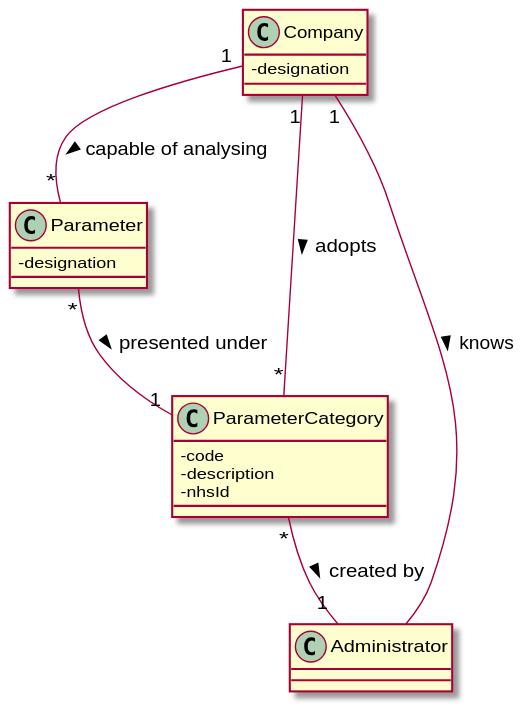
The PlantUML diagram docs/SprintB/US11/US11-MD.svg in 0franciscor/lei-21-s2-1de-g19, before a commit.
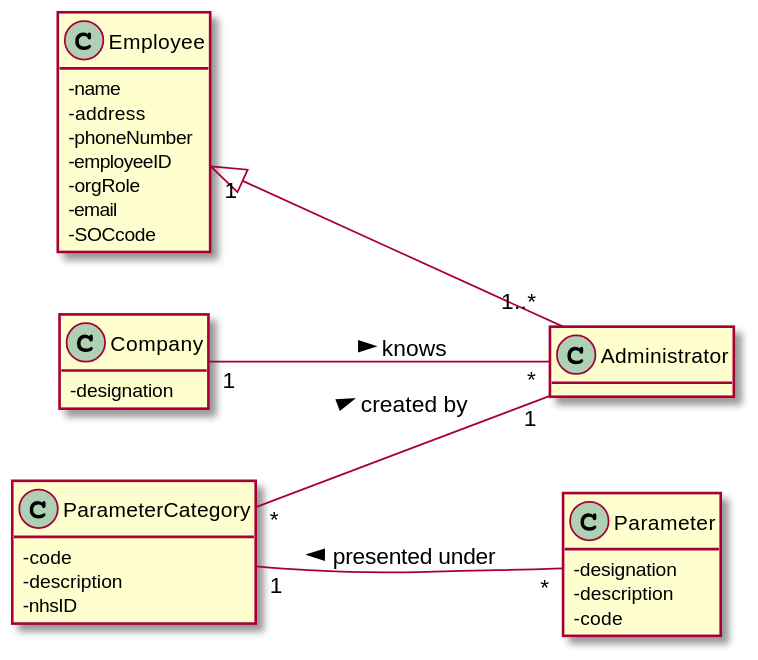
The same diagram one commit later.

What changed in the source:
```diff
@@ -1,21 +1,36 @@
 @startuml
 skinparam classAttributeIconSize 0
+left to right direction
+hide methods
+
 class Company {
 -designation
 }
-class Parameter  {
+class Parameter{
 -designation
+-description
+-code
 }
 class ParameterCategory {
 -code
 -description
--nhsId
+-nhsID
 }
+
 class Administrator
 
-Company "1" -- "*" Parameter : > capable of analysing
-Parameter "*" --"1" ParameterCategory : > presented under
-ParameterCategory "*" -- "1" Company : < adopts
+class Employee{
+-name
+-address
+-phoneNumber
+-employeeID
+-orgRole
+-email
+-SOCcode
+}
+
+Employee "1" <|-- "1..*" Administrator
+ParameterCategory "1" -- "*" Parameter : < presented under
 ParameterCategory "*" -- "1" Administrator : > created by
-Company "1" -- Administrator : > knows
+Company "1" -- "*" Administrator : > knows
 @enduml
```
